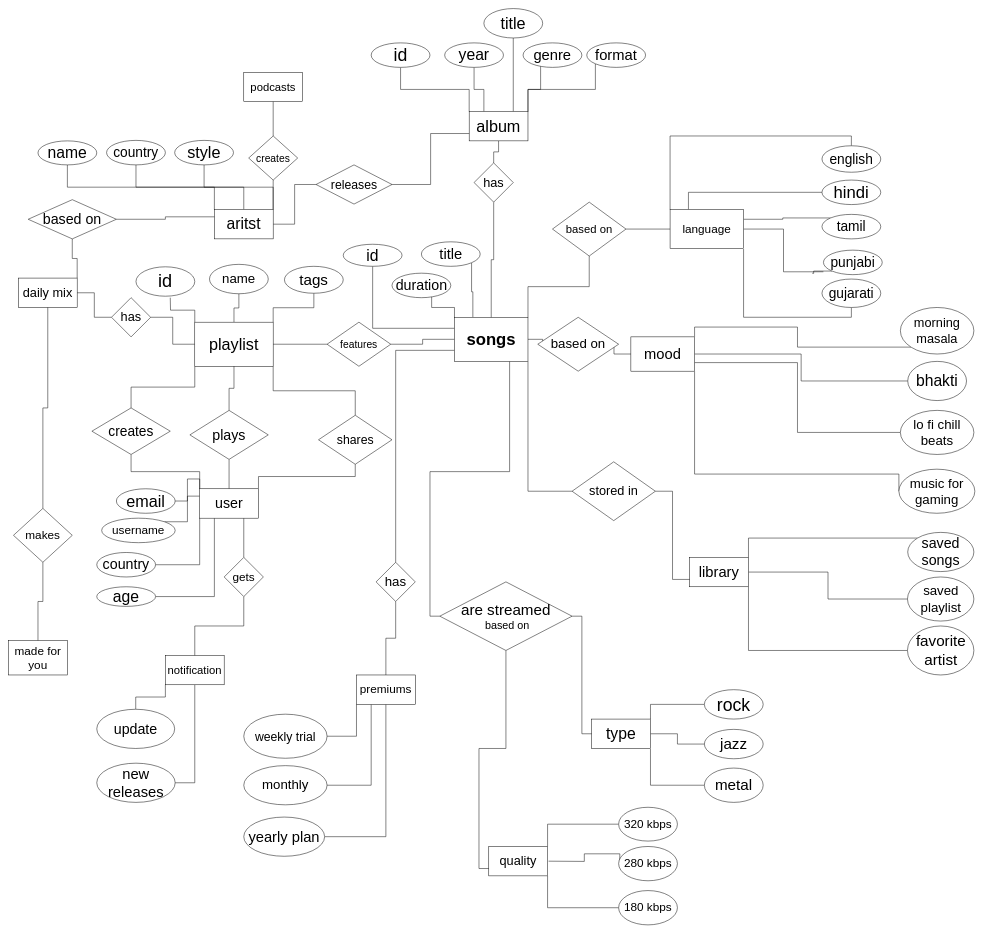
This is er diagram.drawio from harshbajani/se, a draw.io file, before an edit. Source tidied: cells renumbered, new cells numbered last; positions are measured from the earlier drawing's top-left corner, leaving out a move shared by most shapes. Both pictures are drawn from the tidied source at 49%, with x=0, y=0 at pixel (8, 8).
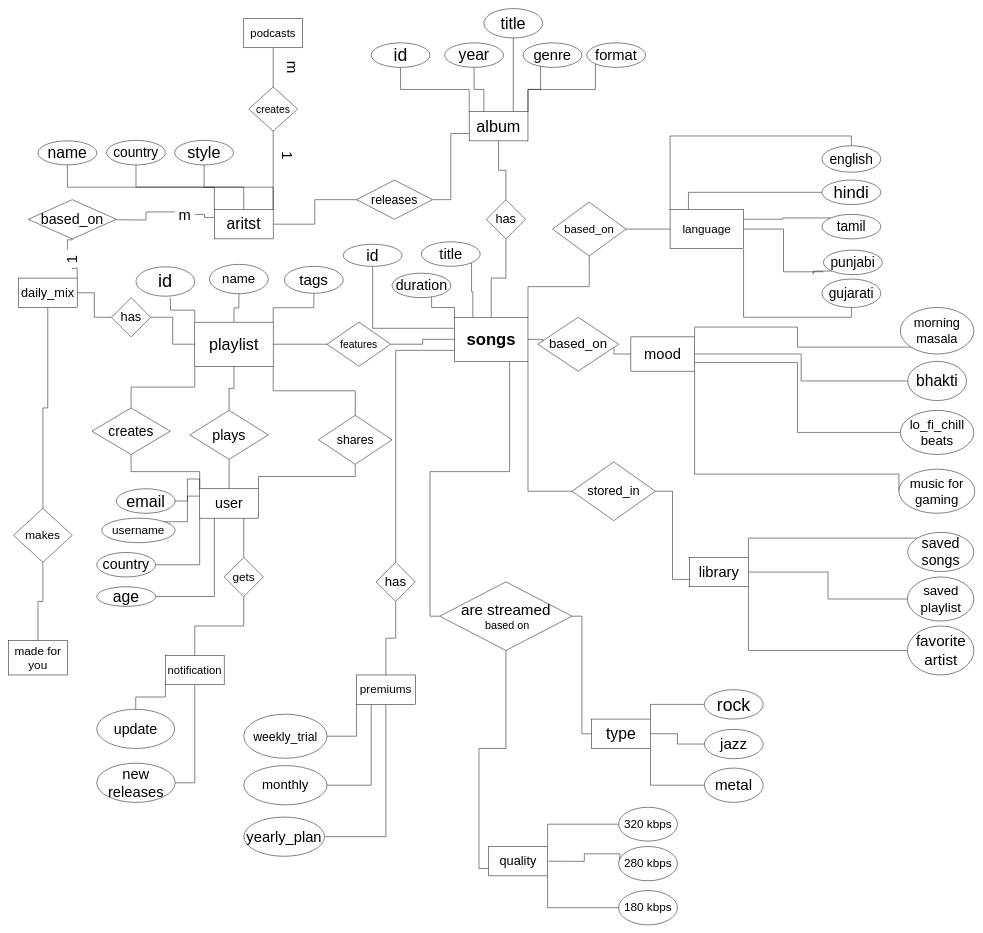
After the change.

Unchanged cells that the change refers to:
```xml
<mxCell id="68" value="&lt;font style=&quot;font-size: 32px&quot;&gt;aritst&lt;/font&gt;" style="rounded=0;whiteSpace=wrap;html=1;" parent="1" vertex="1">
  <mxGeometry x="420" y="410" width="120" height="60" as="geometry" />
</mxCell>
```

What changed in the source:
```diff
@@
-    <mxCell id="9" style="edgeStyle=orthogonalEdgeStyle;rounded=0;jettySize=auto;html=1;exitX=1;exitY=0;exitDx=0;exitDy=0;startArrow=none;startFill=0;endArrow=none;endFill=0;" parent="1" edge="1" source="10" target="84">
+    <mxCell id="9" style="edgeStyle=orthogonalEdgeStyle;rounded=0;jettySize=auto;html=1;exitX=1;exitY=0;exitDx=0;exitDy=0;startArrow=none;startFill=0;endArrow=none;endFill=0;" parent="1" edge="1" source="153" target="84">
       <mxGeometry relative="1" as="geometry" />
     </mxCell>
-    <mxCell id="10" value="&lt;font style=&quot;font-size: 26px&quot;&gt;daily mix&lt;br&gt;&lt;/font&gt;" style="rounded=0;whiteSpace=wrap;html=1;" parent="1" vertex="1">
+    <mxCell id="10" value="&lt;font style=&quot;font-size: 26px&quot;&gt;daily_mix&lt;br&gt;&lt;/font&gt;" style="rounded=0;whiteSpace=wrap;html=1;" parent="1" vertex="1">
       <mxGeometry x="20" y="550" width="120" height="60" as="geometry" />
     </mxCell>
@@
     <mxCell id="73" value="&lt;font style=&quot;font-size: 23px&quot;&gt;podcasts&lt;/font&gt;" style="rounded=0;whiteSpace=wrap;html=1;" parent="1" vertex="1">
-      <mxGeometry x="480" y="130" width="120" height="60" as="geometry" />
+      <mxGeometry x="480" y="20" width="120" height="60" as="geometry" />
     </mxCell>
@@
     <mxCell id="78" value="&lt;font style=&quot;font-size: 25px&quot;&gt;releases&lt;/font&gt;" style="rhombus;whiteSpace=wrap;html=1;" parent="1" vertex="1">
-      <mxGeometry x="627.5" y="319" width="155" height="80" as="geometry" />
+      <mxGeometry x="710" y="350" width="155" height="80" as="geometry" />
     </mxCell>
@@
     <mxCell id="80" value="&lt;font style=&quot;font-size: 26px&quot;&gt;has&lt;/font&gt;" style="rhombus;whiteSpace=wrap;html=1;" parent="1" vertex="1">
-      <mxGeometry x="950" y="315" width="80" height="80" as="geometry" />
+      <mxGeometry x="975" y="390" width="80" height="80" as="geometry" />
     </mxCell>
@@
-    <mxCell id="83" style="edgeStyle=orthogonalEdgeStyle;rounded=0;jettySize=auto;html=1;exitX=1;exitY=0.5;exitDx=0;exitDy=0;entryX=0;entryY=0.25;entryDx=0;entryDy=0;startArrow=none;startFill=0;endArrow=none;endFill=0;" parent="1" edge="1" source="84" target="68">
-      <mxGeometry relative="1" as="geometry" />
+    <mxCell id="83" style="edgeStyle=orthogonalEdgeStyle;rounded=0;jettySize=auto;html=1;exitX=1;exitY=0.5;exitDx=0;exitDy=0;entryX=0;entryY=0.25;entryDx=0;entryDy=0;startArrow=none;startFill=0;endArrow=none;endFill=0;" parent="1" edge="1" source="151">
+      <mxGeometry relative="1" as="geometry">
+        <mxPoint x="420" y="426" as="targetPoint" />
+      </mxGeometry>
     </mxCell>
-    <mxCell id="84" value="&lt;font style=&quot;font-size: 29px&quot;&gt;based on&lt;br&gt;&lt;/font&gt;" style="rhombus;whiteSpace=wrap;html=1;" parent="1" vertex="1">
+    <mxCell id="84" value="&lt;font style=&quot;font-size: 29px&quot;&gt;based_on&lt;br&gt;&lt;/font&gt;" style="rhombus;whiteSpace=wrap;html=1;" parent="1" vertex="1">
       <mxGeometry x="40" y="390" width="180" height="80" as="geometry" />
     </mxCell>
@@
-    <mxCell id="94" value="&lt;font style=&quot;font-size: 23px&quot;&gt;based on&lt;br&gt;&lt;/font&gt;" style="rhombus;whiteSpace=wrap;html=1;" parent="1" vertex="1">
+    <mxCell id="94" value="&lt;font style=&quot;font-size: 23px&quot;&gt;based_on&lt;br&gt;&lt;/font&gt;" style="rhombus;whiteSpace=wrap;html=1;" parent="1" vertex="1">
       <mxGeometry x="1110" y="395" width="150" height="110" as="geometry" />
     </mxCell>
@@
-    <mxCell id="96" value="&lt;font style=&quot;font-size: 26px&quot;&gt;stored in&lt;br&gt;&lt;/font&gt;" style="rhombus;whiteSpace=wrap;html=1;" parent="1" vertex="1">
+    <mxCell id="96" value="&lt;font style=&quot;font-size: 26px&quot;&gt;stored_in&lt;br&gt;&lt;/font&gt;" style="rhombus;whiteSpace=wrap;html=1;" parent="1" vertex="1">
       <mxGeometry x="1150" y="925" width="170" height="120" as="geometry" />
     </mxCell>
@@
     <mxCell id="105" value="&lt;font style=&quot;font-size: 21px&quot;&gt;creates&lt;/font&gt;" style="rhombus;whiteSpace=wrap;html=1;" parent="1" vertex="1">
-      <mxGeometry x="490" y="260" width="100" height="90" as="geometry" />
+      <mxGeometry x="490" y="160" width="100" height="90" as="geometry" />
     </mxCell>
@@
-    <mxCell id="132" value="&lt;font style=&quot;font-size: 27px&quot;&gt;lo fi chill beats&lt;br&gt;&lt;/font&gt;" style="ellipse;whiteSpace=wrap;html=1;" parent="1" vertex="1">
+    <mxCell id="132" value="&lt;font style=&quot;font-size: 27px&quot;&gt;lo_fi_chill beats&lt;br&gt;&lt;/font&gt;" style="ellipse;whiteSpace=wrap;html=1;" parent="1" vertex="1">
       <mxGeometry x="1820" y="820" width="150" height="90" as="geometry" />
     </mxCell>
@@
-    <mxCell id="134" value="&lt;font style=&quot;font-size: 27px&quot;&gt;based on&lt;br&gt;&lt;/font&gt;" style="rhombus;whiteSpace=wrap;html=1;" parent="1" vertex="1">
+    <mxCell id="134" value="&lt;font style=&quot;font-size: 27px&quot;&gt;based_on&lt;br&gt;&lt;/font&gt;" style="rhombus;whiteSpace=wrap;html=1;" parent="1" vertex="1">
       <mxGeometry x="1080" y="630" width="165" height="110" as="geometry" />
     </mxCell>
@@
-    <mxCell id="144" value="&lt;font style=&quot;font-size: 25px&quot;&gt;weekly trial&lt;br&gt;&lt;/font&gt;" style="ellipse;whiteSpace=wrap;html=1;" parent="1" vertex="1">
+    <mxCell id="144" value="&lt;font style=&quot;font-size: 25px&quot;&gt;weekly_trial&lt;br&gt;&lt;/font&gt;" style="ellipse;whiteSpace=wrap;html=1;" parent="1" vertex="1">
       <mxGeometry x="480" y="1440" width="170" height="90" as="geometry" />
     </mxCell>
-    <mxCell id="145" value="&lt;font style=&quot;font-size: 30px&quot;&gt;yearly plan&lt;br&gt;&lt;/font&gt;" style="ellipse;whiteSpace=wrap;html=1;" parent="1" vertex="1">
+    <mxCell id="145" value="&lt;font style=&quot;font-size: 30px&quot;&gt;yearly_plan&lt;br&gt;&lt;/font&gt;" style="ellipse;whiteSpace=wrap;html=1;" parent="1" vertex="1">
       <mxGeometry x="480" y="1650" width="165" height="80" as="geometry" />
     </mxCell>
@@
+    <mxCell id="149" value="&lt;font style=&quot;font-size: 30px&quot;&gt;1&lt;/font&gt;" style="text;html=1;strokeColor=none;fillColor=none;align=center;verticalAlign=middle;whiteSpace=wrap;rounded=0;rotation=90;" parent="1" vertex="1">
+      <mxGeometry x="550" y="290" width="40" height="20" as="geometry" />
+    </mxCell>
+    <mxCell id="150" value="&lt;font style=&quot;font-size: 31px&quot;&gt;m&lt;/font&gt;" style="text;html=1;strokeColor=none;fillColor=none;align=center;verticalAlign=middle;whiteSpace=wrap;rounded=0;rotation=90;" parent="1" vertex="1">
+      <mxGeometry x="560" y="110" width="40" height="20" as="geometry" />
+    </mxCell>
+    <mxCell id="151" value="&lt;font style=&quot;font-size: 30px&quot;&gt;m&lt;/font&gt;" style="text;html=1;strokeColor=none;fillColor=none;align=center;verticalAlign=middle;whiteSpace=wrap;rounded=0;rotation=0;" parent="1" vertex="1">
+      <mxGeometry x="340" y="410" width="40" height="20" as="geometry" />
+    </mxCell>
+    <mxCell id="152" style="edgeStyle=orthogonalEdgeStyle;rounded=0;jettySize=auto;html=1;exitX=1;exitY=0.5;exitDx=0;exitDy=0;entryX=0;entryY=0.25;entryDx=0;entryDy=0;startArrow=none;startFill=0;endArrow=none;endFill=0;" parent="1" edge="1" target="151">
+      <mxGeometry relative="1" as="geometry">
+        <mxPoint x="220" y="431" as="sourcePoint" />
+      </mxGeometry>
+    </mxCell>
+    <mxCell id="153" value="&lt;font style=&quot;font-size: 30px&quot;&gt;1&lt;/font&gt;" style="text;html=1;strokeColor=none;fillColor=none;align=center;verticalAlign=middle;whiteSpace=wrap;rounded=0;rotation=-90;" parent="1" vertex="1">
+      <mxGeometry x="110" y="502" width="40" height="20" as="geometry" />
+    </mxCell>
+    <mxCell id="154" style="edgeStyle=orthogonalEdgeStyle;rounded=0;jettySize=auto;html=1;exitX=1;exitY=0;exitDx=0;exitDy=0;startArrow=none;startFill=0;endArrow=none;endFill=0;" parent="1" edge="1" source="10" target="153">
+      <mxGeometry relative="1" as="geometry" />
+    </mxCell>
```
